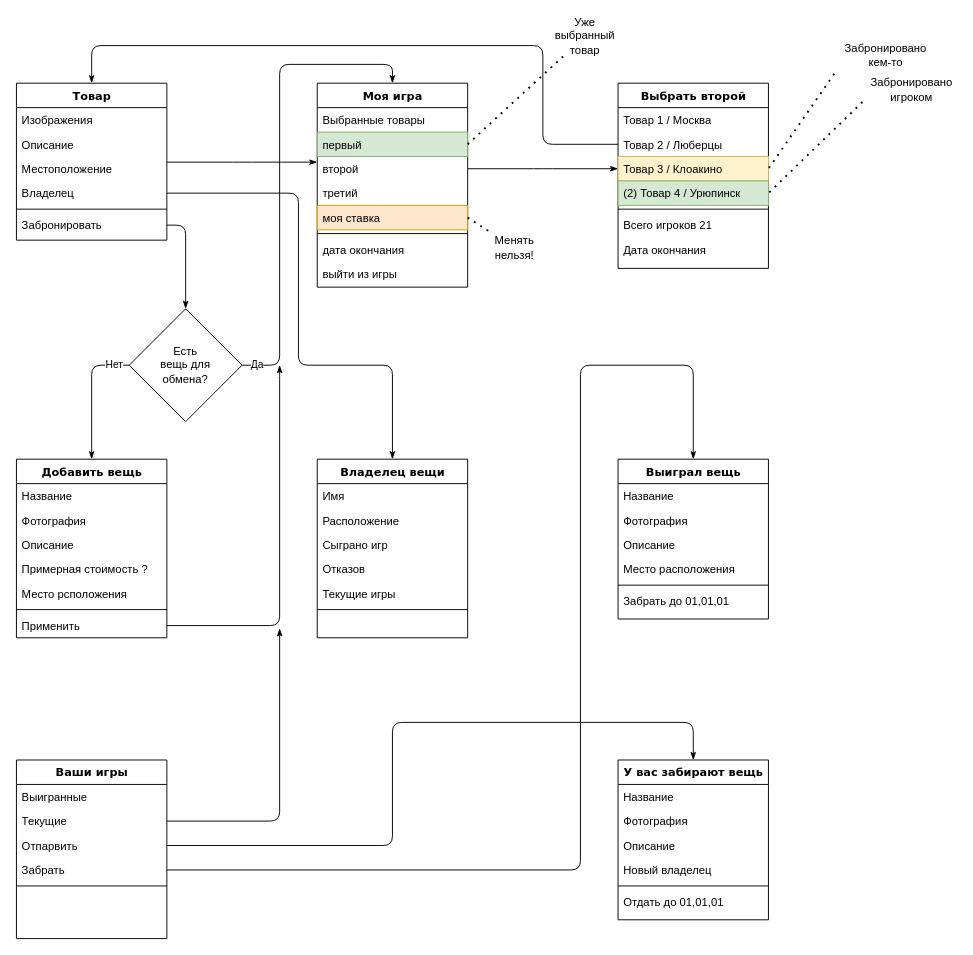
hazik76/Transmit keeps this draw.io diagram as Untitled Diagram.drawio. Above is the earlier version. Source tidied: cells renumbered, new cells numbered last; positions are measured from the earlier drawing's top-left corner, leaving out a move shared by most shapes. Both pictures are drawn from the tidied source at 94%, with x=0, y=0 at pixel (16, 17).
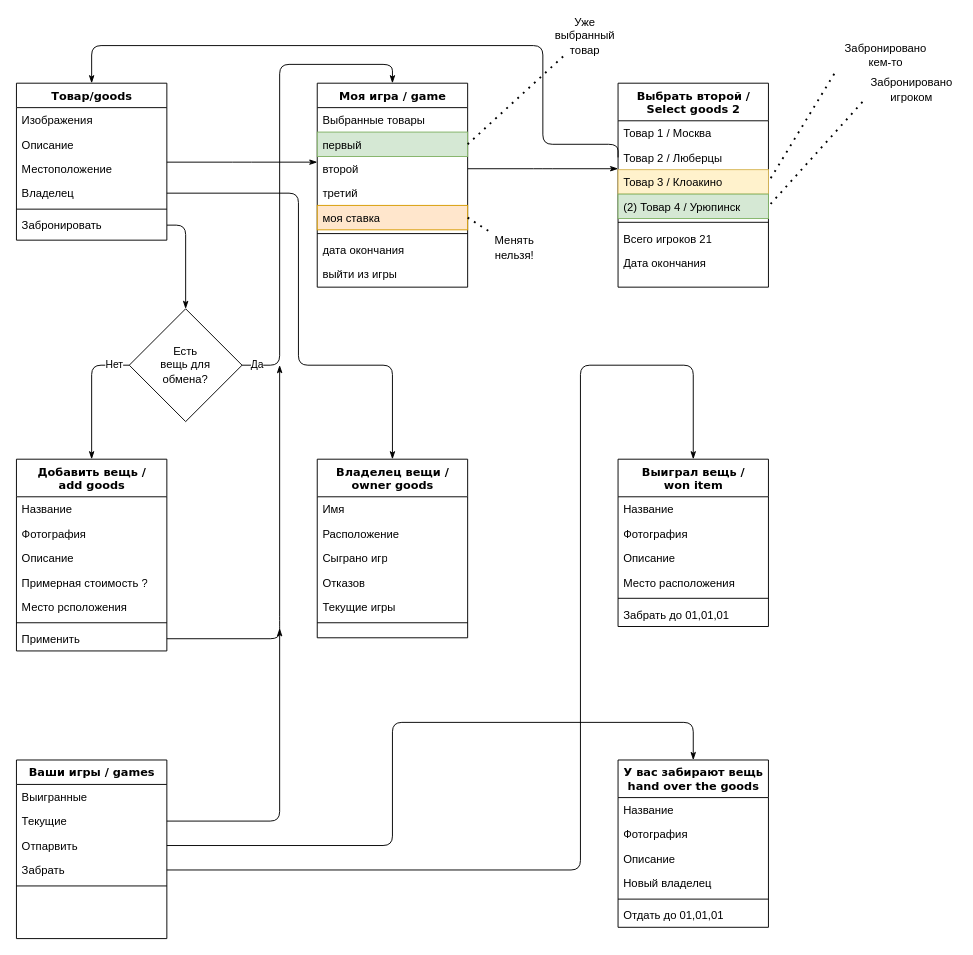
After the change.

What changed in the source:
```diff
@@
-    <mxCell id="3" value="Товар" style="swimlane;html=1;fontStyle=1;align=center;verticalAlign=top;horizontal=1;startSize=26;swimlaneFillColor=#ffffff;rounded=0;shadow=0;comic=0;labelBackgroundColor=none;strokeWidth=1;fillColor=none;fontFamily=Verdana;fontSize=12;" parent="1" vertex="1">
+    <mxCell id="3" value="Товар/goods" style="swimlane;html=1;fontStyle=1;align=center;verticalAlign=top;horizontal=1;startSize=26;swimlaneFillColor=#ffffff;rounded=0;shadow=0;comic=0;labelBackgroundColor=none;strokeWidth=1;fillColor=none;fontFamily=Verdana;fontSize=12;" parent="1" vertex="1">
       <mxGeometry y="70" width="160" height="167" as="geometry" />
     </mxCell>
@@
-    <mxCell id="11" value="Моя игра" style="swimlane;html=1;fontStyle=1;align=center;verticalAlign=top;horizontal=1;startSize=26;swimlaneFillColor=#ffffff;rounded=0;shadow=0;comic=0;labelBackgroundColor=none;strokeWidth=1;fillColor=none;fontFamily=Verdana;fontSize=12;" parent="1" vertex="1">
+    <mxCell id="11" value="Моя игра / game" style="swimlane;html=1;fontStyle=1;align=center;verticalAlign=top;horizontal=1;startSize=26;swimlaneFillColor=#ffffff;rounded=0;shadow=0;comic=0;labelBackgroundColor=none;strokeWidth=1;fillColor=none;fontFamily=Verdana;fontSize=12;" parent="1" vertex="1">
       <mxGeometry x="320" y="70" width="160" height="217" as="geometry" />
     </mxCell>
@@
-    <mxCell id="20" value="Выбрать второй" style="swimlane;html=1;fontStyle=1;align=center;verticalAlign=top;horizontal=1;startSize=26;swimlaneFillColor=#ffffff;rounded=0;shadow=0;comic=0;labelBackgroundColor=none;strokeWidth=1;fillColor=none;fontFamily=Verdana;fontSize=12;" parent="1" vertex="1">
-      <mxGeometry x="640" y="70" width="160" height="197" as="geometry" />
+    <mxCell id="20" value="Выбрать второй /&lt;br&gt;Select goods 2" style="swimlane;html=1;fontStyle=1;align=center;verticalAlign=top;horizontal=1;startSize=40;swimlaneFillColor=#ffffff;rounded=0;shadow=0;comic=0;labelBackgroundColor=none;strokeWidth=1;fillColor=none;fontFamily=Verdana;fontSize=12;" parent="1" vertex="1">
+      <mxGeometry x="640" y="70" width="160" height="217" as="geometry" />
     </mxCell>
     <mxCell id="21" value="Товар 1 / Москва" style="text;html=1;strokeColor=none;fillColor=none;align=left;verticalAlign=top;spacingLeft=4;spacingRight=4;whiteSpace=wrap;overflow=hidden;" parent="20" vertex="1">
-      <mxGeometry y="26" width="160" height="26" as="geometry" />
+      <mxGeometry y="40" width="160" height="26" as="geometry" />
     </mxCell>
     <mxCell id="22" value="Товар 2 / Люберцы" style="text;html=1;strokeColor=none;fillColor=none;align=left;verticalAlign=top;spacingLeft=4;spacingRight=4;whiteSpace=wrap;overflow=hidden;points=[[0,0.5],[1,0.5]];portConstraint=eastwest;" parent="20" vertex="1">
-      <mxGeometry y="52" width="160" height="26" as="geometry" />
+      <mxGeometry y="66" width="160" height="26" as="geometry" />
     </mxCell>
     <mxCell id="23" value="Товар 3 / Клоакино" style="text;html=1;strokeColor=#d6b656;fillColor=#fff2cc;align=left;verticalAlign=top;spacingLeft=4;spacingRight=4;whiteSpace=wrap;overflow=hidden;points=[[0,0.5],[1,0.5]];portConstraint=eastwest;" parent="20" vertex="1">
-      <mxGeometry y="78" width="160" height="26" as="geometry" />
+      <mxGeometry y="92" width="160" height="26" as="geometry" />
     </mxCell>
     <mxCell id="24" value="(2) Товар 4 / Урюпинск" style="text;html=1;strokeColor=#82b366;fillColor=#d5e8d4;align=left;verticalAlign=top;spacingLeft=4;spacingRight=4;whiteSpace=wrap;overflow=hidden;points=[[0,0.5],[1,0.5]];portConstraint=eastwest;" parent="20" vertex="1">
-      <mxGeometry y="104" width="160" height="26" as="geometry" />
+      <mxGeometry y="118" width="160" height="26" as="geometry" />
     </mxCell>
     <mxCell id="25" style="line;html=1;strokeWidth=1;fillColor=none;align=left;verticalAlign=middle;spacingTop=-1;spacingLeft=3;spacingRight=3;labelPosition=right;" parent="20" vertex="1">
-      <mxGeometry y="130" width="160" height="8" as="geometry" />
+      <mxGeometry y="144" width="160" height="8" as="geometry" />
     </mxCell>
     <mxCell id="26" value="Всего игроков 21" style="text;html=1;strokeColor=none;fillColor=none;align=left;verticalAlign=top;spacingLeft=4;spacingRight=4;whiteSpace=wrap;overflow=hidden;" parent="20" vertex="1">
-      <mxGeometry y="138" width="160" height="26" as="geometry" />
+      <mxGeometry y="152" width="160" height="26" as="geometry" />
     </mxCell>
     <mxCell id="27" value="Дата окончания" style="text;html=1;strokeColor=none;fillColor=none;align=left;verticalAlign=top;spacingLeft=4;spacingRight=4;whiteSpace=wrap;overflow=hidden;" parent="20" vertex="1">
-      <mxGeometry y="164" width="160" height="26" as="geometry" />
+      <mxGeometry y="178" width="160" height="26" as="geometry" />
     </mxCell>
-    <mxCell id="28" value="Добавить вещь" style="swimlane;html=1;fontStyle=1;align=center;verticalAlign=top;horizontal=1;startSize=26;swimlaneFillColor=#ffffff;rounded=0;shadow=0;comic=0;labelBackgroundColor=none;strokeWidth=1;fillColor=none;fontFamily=Verdana;fontSize=12;" parent="1" vertex="1">
-      <mxGeometry y="470" width="160" height="190" as="geometry" />
+    <mxCell id="28" value="Добавить вещь /&lt;br&gt;add goods" style="swimlane;html=1;fontStyle=1;align=center;verticalAlign=top;horizontal=1;startSize=40;swimlaneFillColor=#ffffff;rounded=0;shadow=0;comic=0;labelBackgroundColor=none;strokeWidth=1;fillColor=none;fontFamily=Verdana;fontSize=12;" parent="1" vertex="1">
+      <mxGeometry y="470" width="160" height="204" as="geometry" />
     </mxCell>
     <mxCell id="29" value="Название" style="text;html=1;strokeColor=none;fillColor=none;align=left;verticalAlign=top;spacingLeft=4;spacingRight=4;whiteSpace=wrap;overflow=hidden;" parent="28" vertex="1">
-      <mxGeometry y="26" width="160" height="26" as="geometry" />
+      <mxGeometry y="40" width="160" height="26" as="geometry" />
     </mxCell>
     <mxCell id="30" value="Фотография" style="text;html=1;strokeColor=none;fillColor=none;align=left;verticalAlign=top;spacingLeft=4;spacingRight=4;whiteSpace=wrap;overflow=hidden;" parent="28" vertex="1">
-      <mxGeometry y="52" width="160" height="26" as="geometry" />
+      <mxGeometry y="66" width="160" height="26" as="geometry" />
     </mxCell>
     <mxCell id="31" value="Описание" style="text;html=1;strokeColor=none;fillColor=none;align=left;verticalAlign=top;spacingLeft=4;spacingRight=4;whiteSpace=wrap;overflow=hidden;" parent="28" vertex="1">
-      <mxGeometry y="78" width="160" height="26" as="geometry" />
+      <mxGeometry y="92" width="160" height="26" as="geometry" />
     </mxCell>
     <mxCell id="32" value="Примерная стоимость ?" style="text;html=1;strokeColor=none;fillColor=none;align=left;verticalAlign=top;spacingLeft=4;spacingRight=4;whiteSpace=wrap;overflow=hidden;" parent="28" vertex="1">
-      <mxGeometry y="104" width="160" height="26" as="geometry" />
+      <mxGeometry y="118" width="160" height="26" as="geometry" />
     </mxCell>
     <mxCell id="33" value="Место рсположения" style="text;html=1;strokeColor=none;fillColor=none;align=left;verticalAlign=top;spacingLeft=4;spacingRight=4;whiteSpace=wrap;overflow=hidden;" parent="28" vertex="1">
-      <mxGeometry y="130" width="160" height="26" as="geometry" />
+      <mxGeometry y="144" width="160" height="26" as="geometry" />
     </mxCell>
     <mxCell id="34" style="line;html=1;strokeWidth=1;fillColor=none;align=left;verticalAlign=middle;spacingTop=-1;spacingLeft=3;spacingRight=3;labelPosition=right;" parent="28" vertex="1">
-      <mxGeometry y="156" width="160" height="8" as="geometry" />
+      <mxGeometry y="170" width="160" height="8" as="geometry" />
     </mxCell>
     <mxCell id="35" value="Применить" style="text;html=1;strokeColor=none;fillColor=none;align=left;verticalAlign=top;spacingLeft=4;spacingRight=4;whiteSpace=wrap;overflow=hidden;points=[[0,0.5],[1,0.5]];portConstraint=eastwest;" parent="28" vertex="1">
-      <mxGeometry y="164" width="160" height="26" as="geometry" />
+      <mxGeometry y="178" width="160" height="26" as="geometry" />
     </mxCell>
@@
-    <mxCell id="37" value="Владелец вещи" style="swimlane;html=1;fontStyle=1;align=center;verticalAlign=top;horizontal=1;startSize=26;swimlaneFillColor=#ffffff;rounded=0;shadow=0;comic=0;labelBackgroundColor=none;strokeWidth=1;fillColor=none;fontFamily=Verdana;fontSize=12;" parent="1" vertex="1">
+    <mxCell id="37" value="Владелец вещи /&lt;br&gt;owner goods" style="swimlane;html=1;fontStyle=1;align=center;verticalAlign=top;horizontal=1;startSize=40;swimlaneFillColor=#ffffff;rounded=0;shadow=0;comic=0;labelBackgroundColor=none;strokeWidth=1;fillColor=none;fontFamily=Verdana;fontSize=12;" parent="1" vertex="1">
       <mxGeometry x="320" y="470" width="160" height="190" as="geometry" />
     </mxCell>
     <mxCell id="38" value="Имя" style="text;html=1;strokeColor=none;fillColor=none;align=left;verticalAlign=top;spacingLeft=4;spacingRight=4;whiteSpace=wrap;overflow=hidden;" parent="37" vertex="1">
-      <mxGeometry y="26" width="160" height="26" as="geometry" />
+      <mxGeometry y="40" width="160" height="26" as="geometry" />
     </mxCell>
     <mxCell id="39" value="Расположение" style="text;html=1;strokeColor=none;fillColor=none;align=left;verticalAlign=top;spacingLeft=4;spacingRight=4;whiteSpace=wrap;overflow=hidden;" parent="37" vertex="1">
-      <mxGeometry y="52" width="160" height="26" as="geometry" />
+      <mxGeometry y="66" width="160" height="26" as="geometry" />
     </mxCell>
     <mxCell id="40" value="Сыграно игр" style="text;html=1;strokeColor=none;fillColor=none;align=left;verticalAlign=top;spacingLeft=4;spacingRight=4;whiteSpace=wrap;overflow=hidden;" parent="37" vertex="1">
-      <mxGeometry y="78" width="160" height="26" as="geometry" />
+      <mxGeometry y="92" width="160" height="26" as="geometry" />
     </mxCell>
     <mxCell id="41" value="Отказов" style="text;html=1;strokeColor=none;fillColor=none;align=left;verticalAlign=top;spacingLeft=4;spacingRight=4;whiteSpace=wrap;overflow=hidden;" parent="37" vertex="1">
-      <mxGeometry y="104" width="160" height="26" as="geometry" />
+      <mxGeometry y="118" width="160" height="26" as="geometry" />
     </mxCell>
     <mxCell id="42" value="Текущие игры" style="text;html=1;strokeColor=none;fillColor=none;align=left;verticalAlign=top;spacingLeft=4;spacingRight=4;whiteSpace=wrap;overflow=hidden;" parent="37" vertex="1">
-      <mxGeometry y="130" width="160" height="26" as="geometry" />
+      <mxGeometry y="144" width="160" height="26" as="geometry" />
     </mxCell>
     <mxCell id="43" style="line;html=1;strokeWidth=1;fillColor=none;align=left;verticalAlign=middle;spacingTop=-1;spacingLeft=3;spacingRight=3;labelPosition=right;" parent="37" vertex="1">
-      <mxGeometry y="156" width="160" height="8" as="geometry" />
+      <mxGeometry y="170" width="160" height="8" as="geometry" />
     </mxCell>
@@
-    <mxCell id="61" value="Выиграл вещь" style="swimlane;html=1;fontStyle=1;align=center;verticalAlign=top;horizontal=1;startSize=26;swimlaneFillColor=#ffffff;rounded=0;shadow=0;comic=0;labelBackgroundColor=none;strokeWidth=1;fillColor=none;fontFamily=Verdana;fontSize=12;" parent="1" vertex="1">
-      <mxGeometry x="640" y="470" width="160" height="170" as="geometry" />
+    <mxCell id="61" value="Выиграл вещь /&lt;br&gt;won item" style="swimlane;html=1;fontStyle=1;align=center;verticalAlign=top;horizontal=1;startSize=40;swimlaneFillColor=#ffffff;rounded=0;shadow=0;comic=0;labelBackgroundColor=none;strokeWidth=1;fillColor=none;fontFamily=Verdana;fontSize=12;" parent="1" vertex="1">
+      <mxGeometry x="640" y="470" width="160" height="178" as="geometry" />
     </mxCell>
     <mxCell id="62" value="Название" style="text;html=1;strokeColor=none;fillColor=none;align=left;verticalAlign=top;spacingLeft=4;spacingRight=4;whiteSpace=wrap;overflow=hidden;" parent="61" vertex="1">
-      <mxGeometry y="26" width="160" height="26" as="geometry" />
+      <mxGeometry y="40" width="160" height="26" as="geometry" />
     </mxCell>
     <mxCell id="63" value="Фотография" style="text;html=1;strokeColor=none;fillColor=none;align=left;verticalAlign=top;spacingLeft=4;spacingRight=4;whiteSpace=wrap;overflow=hidden;" parent="61" vertex="1">
-      <mxGeometry y="52" width="160" height="26" as="geometry" />
+      <mxGeometry y="66" width="160" height="26" as="geometry" />
     </mxCell>
     <mxCell id="64" value="Описание" style="text;html=1;strokeColor=none;fillColor=none;align=left;verticalAlign=top;spacingLeft=4;spacingRight=4;whiteSpace=wrap;overflow=hidden;" parent="61" vertex="1">
-      <mxGeometry y="78" width="160" height="26" as="geometry" />
+      <mxGeometry y="92" width="160" height="26" as="geometry" />
     </mxCell>
     <mxCell id="65" value="Место расположения" style="text;html=1;strokeColor=none;fillColor=none;align=left;verticalAlign=top;spacingLeft=4;spacingRight=4;whiteSpace=wrap;overflow=hidden;" parent="61" vertex="1">
-      <mxGeometry y="104" width="160" height="26" as="geometry" />
+      <mxGeometry y="118" width="160" height="26" as="geometry" />
     </mxCell>
     <mxCell id="66" style="line;html=1;strokeWidth=1;fillColor=none;align=left;verticalAlign=middle;spacingTop=-1;spacingLeft=3;spacingRight=3;labelPosition=right;" parent="61" vertex="1">
-      <mxGeometry y="130" width="160" height="8" as="geometry" />
+      <mxGeometry y="144" width="160" height="8" as="geometry" />
     </mxCell>
     <mxCell id="67" value="Забрать до 01,01,01" style="text;html=1;strokeColor=none;fillColor=none;align=left;verticalAlign=top;spacingLeft=4;spacingRight=4;whiteSpace=wrap;overflow=hidden;" parent="61" vertex="1">
-      <mxGeometry y="138" width="160" height="26" as="geometry" />
+      <mxGeometry y="152" width="160" height="26" as="geometry" />
     </mxCell>
-    <mxCell id="68" value="У вас забирают вещь" style="swimlane;html=1;fontStyle=1;align=center;verticalAlign=top;horizontal=1;startSize=26;swimlaneFillColor=#ffffff;rounded=0;shadow=0;comic=0;labelBackgroundColor=none;strokeWidth=1;fillColor=none;fontFamily=Verdana;fontSize=12;" parent="1" vertex="1">
-      <mxGeometry x="640" y="790" width="160" height="170" as="geometry" />
+    <mxCell id="68" value="У вас забирают вещь&lt;br&gt;hand over the goods" style="swimlane;html=1;fontStyle=1;align=center;verticalAlign=top;horizontal=1;startSize=40;swimlaneFillColor=#ffffff;rounded=0;shadow=0;comic=0;labelBackgroundColor=none;strokeWidth=1;fillColor=none;fontFamily=Verdana;fontSize=12;" parent="1" vertex="1">
+      <mxGeometry x="640" y="790" width="160" height="178" as="geometry" />
     </mxCell>
     <mxCell id="69" value="Название" style="text;html=1;strokeColor=none;fillColor=none;align=left;verticalAlign=top;spacingLeft=4;spacingRight=4;whiteSpace=wrap;overflow=hidden;" parent="68" vertex="1">
-      <mxGeometry y="26" width="160" height="26" as="geometry" />
+      <mxGeometry y="40" width="160" height="26" as="geometry" />
     </mxCell>
     <mxCell id="70" value="Фотография" style="text;html=1;strokeColor=none;fillColor=none;align=left;verticalAlign=top;spacingLeft=4;spacingRight=4;whiteSpace=wrap;overflow=hidden;" parent="68" vertex="1">
-      <mxGeometry y="52" width="160" height="26" as="geometry" />
+      <mxGeometry y="66" width="160" height="26" as="geometry" />
     </mxCell>
     <mxCell id="71" value="Описание" style="text;html=1;strokeColor=none;fillColor=none;align=left;verticalAlign=top;spacingLeft=4;spacingRight=4;whiteSpace=wrap;overflow=hidden;" parent="68" vertex="1">
-      <mxGeometry y="78" width="160" height="26" as="geometry" />
+      <mxGeometry y="92" width="160" height="26" as="geometry" />
     </mxCell>
     <mxCell id="72" value="Новый владелец" style="text;html=1;strokeColor=none;fillColor=none;align=left;verticalAlign=top;spacingLeft=4;spacingRight=4;whiteSpace=wrap;overflow=hidden;" parent="68" vertex="1">
-      <mxGeometry y="104" width="160" height="26" as="geometry" />
+      <mxGeometry y="118" width="160" height="26" as="geometry" />
     </mxCell>
     <mxCell id="73" style="line;html=1;strokeWidth=1;fillColor=none;align=left;verticalAlign=middle;spacingTop=-1;spacingLeft=3;spacingRight=3;labelPosition=right;" parent="68" vertex="1">
-      <mxGeometry y="130" width="160" height="8" as="geometry" />
+      <mxGeometry y="144" width="160" height="8" as="geometry" />
     </mxCell>
     <mxCell id="74" value="Отдать до 01,01,01" style="text;html=1;strokeColor=none;fillColor=none;align=left;verticalAlign=top;spacingLeft=4;spacingRight=4;whiteSpace=wrap;overflow=hidden;" parent="68" vertex="1">
-      <mxGeometry y="138" width="160" height="26" as="geometry" />
+      <mxGeometry y="152" width="160" height="26" as="geometry" />
     </mxCell>
-    <mxCell id="75" value="Ваши игры" style="swimlane;html=1;fontStyle=1;align=center;verticalAlign=top;horizontal=1;startSize=26;swimlaneFillColor=#ffffff;rounded=0;shadow=0;comic=0;labelBackgroundColor=none;strokeWidth=1;fillColor=none;fontFamily=Verdana;fontSize=12;" parent="1" vertex="1">
+    <mxCell id="75" value="Ваши игры / games" style="swimlane;html=1;fontStyle=1;align=center;verticalAlign=top;horizontal=1;startSize=26;swimlaneFillColor=#ffffff;rounded=0;shadow=0;comic=0;labelBackgroundColor=none;strokeWidth=1;fillColor=none;fontFamily=Verdana;fontSize=12;" parent="1" vertex="1">
       <mxGeometry y="790" width="160" height="190" as="geometry" />
     </mxCell>
```
